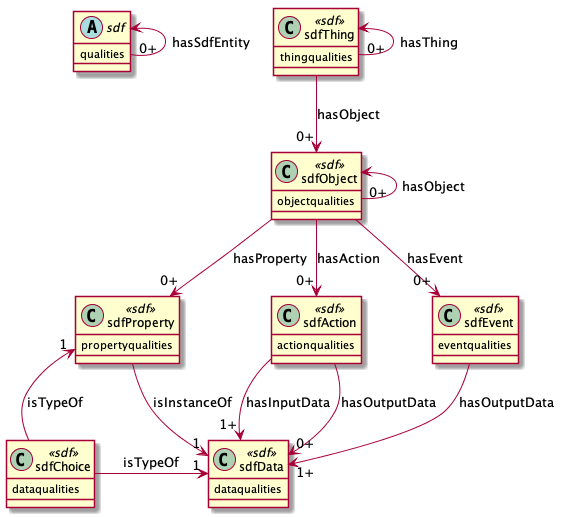
This is uml/sdf.uml.png from mjkoster/ODM-Examples, a PlantUML export, as it was before one commit. Source of this version:
```plantuml
@startuml

abstract class sdf {
    qualities
}

class sdfThing <<sdf>> {
    thingqualities
}

class sdfObject <<sdf>> {
    objectqualities
}

class sdfProperty <<sdf>> {
    propertyqualities
}

class sdfAction <<sdf>> {
    actionqualities
}

class sdfEvent <<sdf>> {
    eventqualities
}

class sdfData <<sdf>> {
    dataqualities
}

class sdfChoice <<sdf>> {
    dataqualities
}

sdf <-left[hidden]- sdfThing

sdf <-- "0+" sdf : hasSdfEntity

sdfThing --> "0+" sdfObject : hasObject
sdfThing <-- "0+" sdfThing : hasThing

sdfObject <-- "0+" sdfObject : hasObject
sdfObject --> "0+" sdfAction : hasAction
sdfObject --> "0+" sdfEvent : hasEvent
sdfObject --> "0+" sdfProperty : hasProperty

sdfAction --> "1+" sdfData : hasInputData
sdfAction --> "0+" sdfData : hasOutputData

sdfEvent --> "1+" sdfData : hasOutputData

sdfProperty --> "1" sdfData : isInstanceOf

sdfChoice -right-> "1" sdfData : isTypeOf
sdfChoice -up-> "1" sdfProperty : isTypeOf

@enduml
```
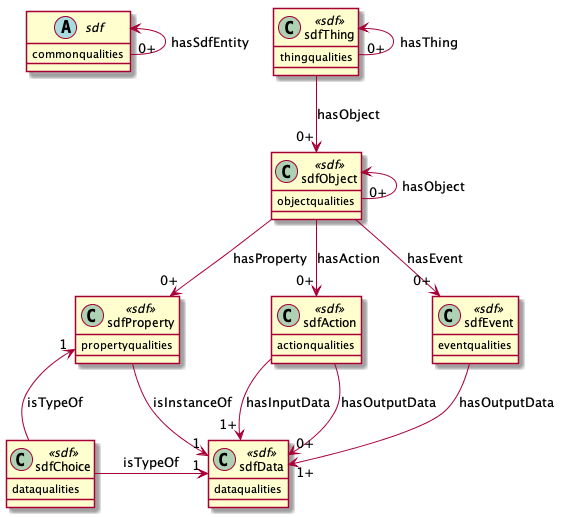
After the change.

What changed in the source:
```diff
@@ -1,7 +1,7 @@
 @startuml
 
 abstract class sdf {
-    qualities
+    commonqualities
 }
 
 class sdfThing <<sdf>> {
```
